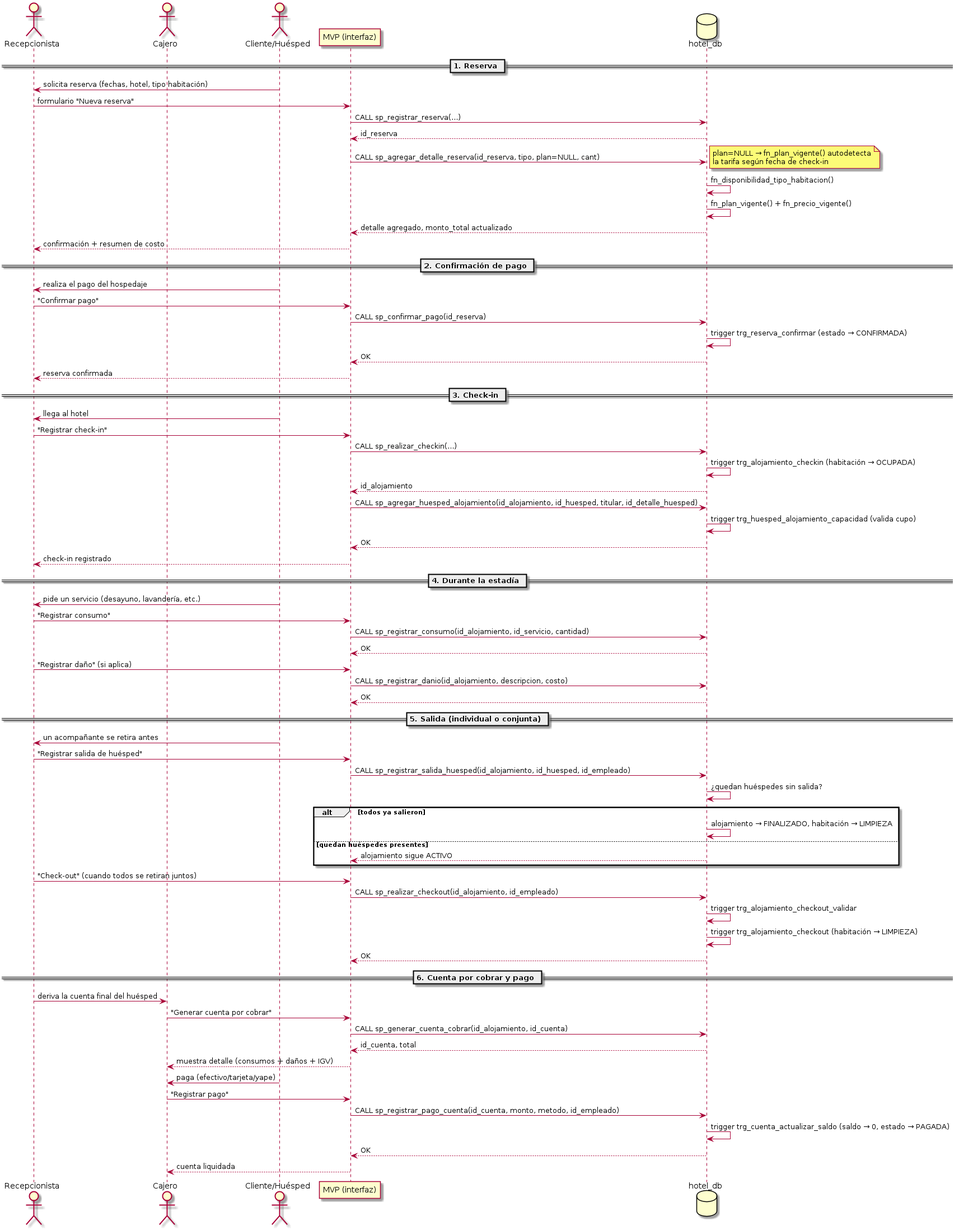
Piero134/base-de-datos-1 keeps this PlantUML diagram as Diagramas/04_Flujo_MVP_Secuencia.png. Above is the earlier version. Its source is kept beside it as Diagramas/04_Flujo_MVP_Secuencia.puml. Its diagram source:
```plantuml
@startuml 04_Flujo_MVP_Secuencia


actor Recepcionista as REC
actor Cajero as CAJ
actor "Cliente/Huésped" as CLI
participant "MVP (interfaz)" as APP
database "hotel_db" as DB

== 1. Reserva ==
CLI -> REC : solicita reserva (fechas, hotel, tipo habitación)
REC -> APP : formulario "Nueva reserva"
APP -> DB : CALL sp_registrar_reserva(...)
DB --> APP : id_reserva
APP -> DB : CALL sp_agregar_detalle_reserva(id_reserva, tipo, plan=NULL, cant)
note right
  plan=NULL → fn_plan_vigente() autodetecta
  la tarifa según fecha de check-in
end note
DB -> DB : fn_disponibilidad_tipo_habitacion()
DB -> DB : fn_plan_vigente() + fn_precio_vigente()
DB --> APP : detalle agregado, monto_total actualizado
APP --> REC : confirmación + resumen de costo

== 2. Confirmación de pago ==
CLI -> REC : realiza el pago del hospedaje
REC -> APP : "Confirmar pago"
APP -> DB : CALL sp_confirmar_pago(id_reserva)
DB -> DB : trigger trg_reserva_confirmar (estado → CONFIRMADA)
DB --> APP : OK
APP --> REC : reserva confirmada

== 3. Check-in ==
CLI -> REC : llega al hotel
REC -> APP : "Registrar check-in"
APP -> DB : CALL sp_realizar_checkin(...)
DB -> DB : trigger trg_alojamiento_checkin (habitación → OCUPADA)
DB --> APP : id_alojamiento
APP -> DB : CALL sp_agregar_huesped_alojamiento(id_alojamiento, id_huesped, titular, id_detalle_huesped)
DB -> DB : trigger trg_huesped_alojamiento_capacidad (valida cupo)
DB --> APP : OK
APP --> REC : check-in registrado

== 4. Durante la estadía ==
CLI -> REC : pide un servicio (desayuno, lavandería, etc.)
REC -> APP : "Registrar consumo"
APP -> DB : CALL sp_registrar_consumo(id_alojamiento, id_servicio, cantidad)
DB --> APP : OK

REC -> APP : "Registrar daño" (si aplica)
APP -> DB : CALL sp_registrar_danio(id_alojamiento, descripcion, costo)
DB --> APP : OK

== 5. Salida (individual o conjunta) ==
CLI -> REC : un acompañante se retira antes
REC -> APP : "Registrar salida de huésped"
APP -> DB : CALL sp_registrar_salida_huesped(id_alojamiento, id_huesped, id_empleado)
DB -> DB : ¿quedan huéspedes sin salida?
alt todos ya salieron
  DB -> DB : alojamiento → FINALIZADO, habitación → LIMPIEZA
else quedan huéspedes presentes
  DB --> APP : alojamiento sigue ACTIVO
end

REC -> APP : "Check-out" (cuando todos se retiran juntos)
APP -> DB : CALL sp_realizar_checkout(id_alojamiento, id_empleado)
DB -> DB : trigger trg_alojamiento_checkout_validar
DB -> DB : trigger trg_alojamiento_checkout (habitación → LIMPIEZA)
DB --> APP : OK

== 6. Cuenta por cobrar y pago ==
REC -> CAJ : deriva la cuenta final del huésped
CAJ -> APP : "Generar cuenta por cobrar"
APP -> DB : CALL sp_generar_cuenta_cobrar(id_alojamiento, id_cuenta)
DB --> APP : id_cuenta, total
APP --> CAJ : muestra detalle (consumos + daños + IGV)

CLI -> CAJ : paga (efectivo/tarjeta/yape)
CAJ -> APP : "Registrar pago"
APP -> DB : CALL sp_registrar_pago_cuenta(id_cuenta, monto, metodo, id_empleado)
DB -> DB : trigger trg_cuenta_actualizar_saldo (saldo → 0, estado → PAGADA)
DB --> APP : OK
APP --> CAJ : cuenta liquidada

@enduml
```
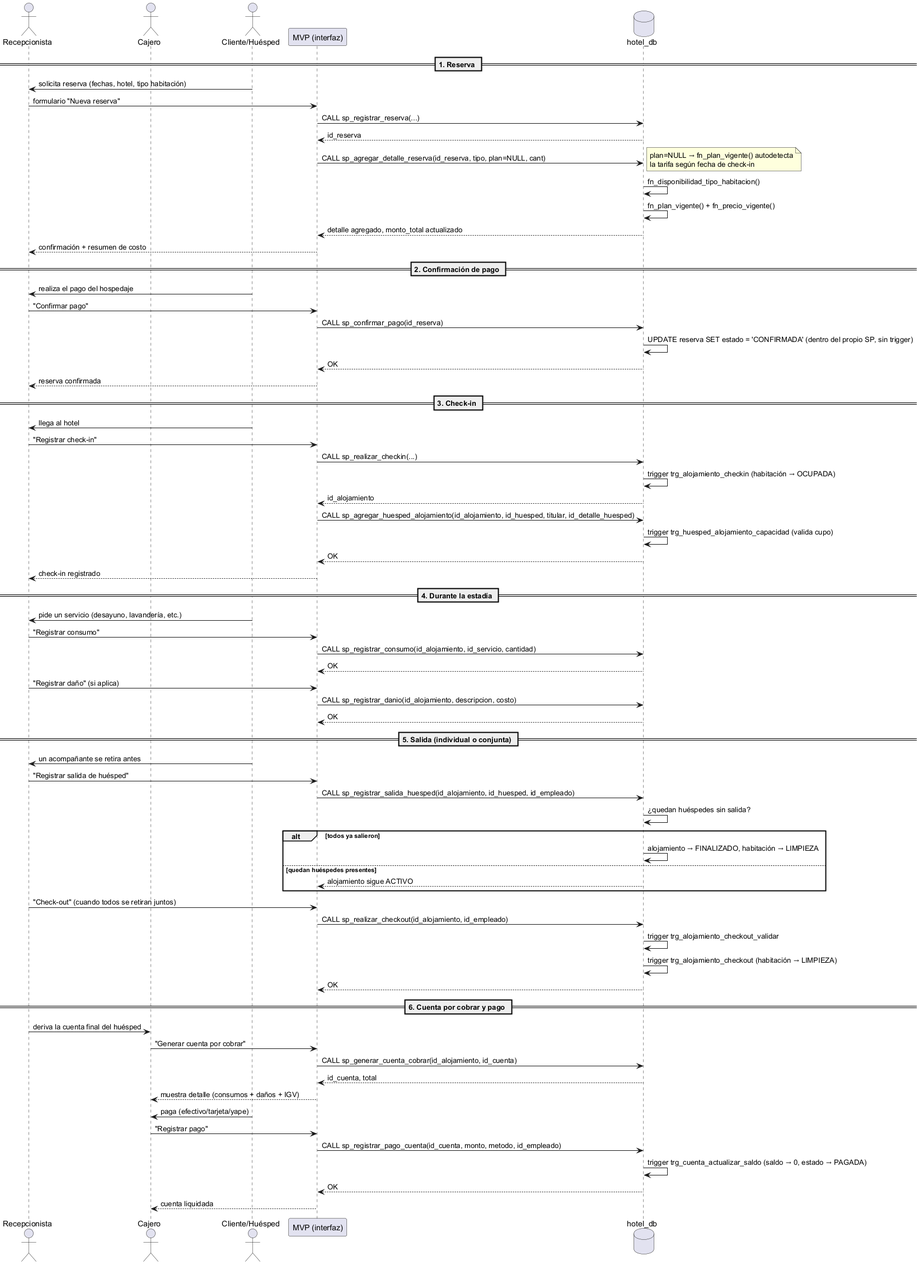
The same diagram one commit later.

Change to the diagram source:
```diff
@@ -26,7 +26,7 @@
 CLI -> REC : realiza el pago del hospedaje
 REC -> APP : "Confirmar pago"
 APP -> DB : CALL sp_confirmar_pago(id_reserva)
-DB -> DB : trigger trg_reserva_confirmar (estado → CONFIRMADA)
+DB -> DB : UPDATE reserva SET estado = 'CONFIRMADA' (dentro del propio SP, sin trigger)
 DB --> APP : OK
 APP --> REC : reserva confirmada
 
```
